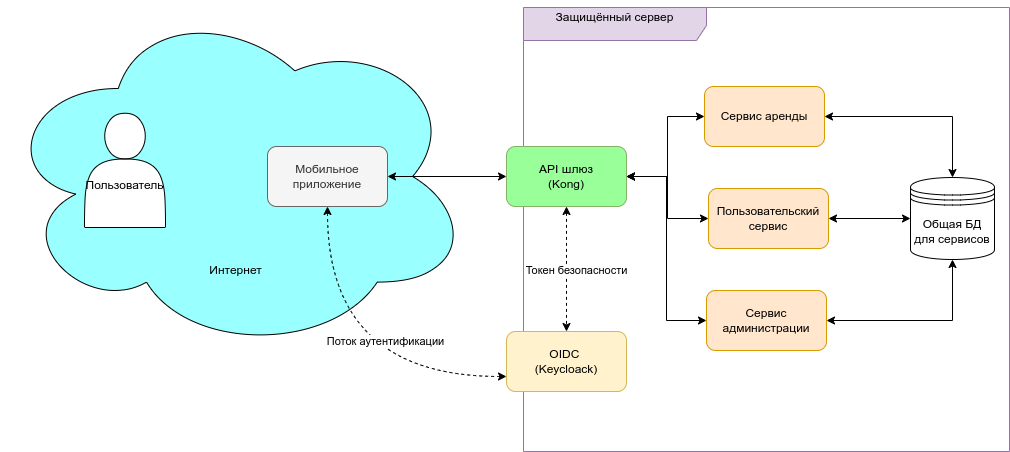
The draw.io diagram documentation/diagrams/general/Общая архитектура.drawio.png in BuchnevDmitry/tp-9.2, before a commit. Source tidied: cells renumbered, new cells last; positions are measured from the earlier drawing's top-left corner, leaving out a move shared by most shapes.
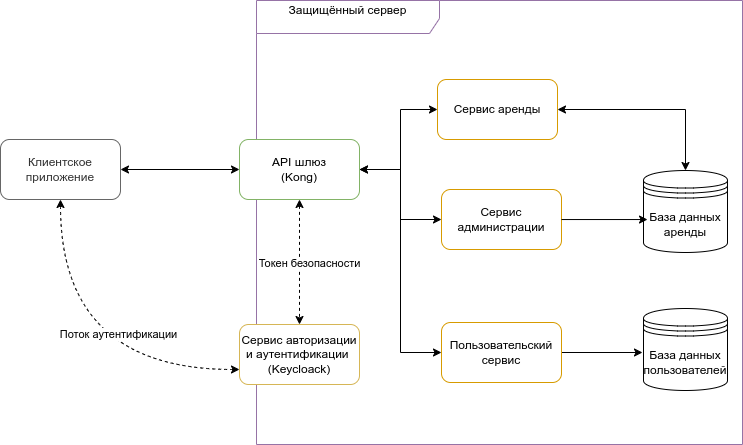
Later version of the same file.

The edit, as a diff of the source:
```diff
@@ -2,12 +2,6 @@
   <root>
     <mxCell id="0" />
     <mxCell id="1" parent="0" />
-    <mxCell id="2" value="&lt;div&gt;&lt;br&gt;&lt;/div&gt;&lt;div&gt;&lt;br&gt;&lt;/div&gt;&lt;div&gt;&lt;br&gt;&lt;/div&gt;&lt;div&gt;&lt;br&gt;&lt;/div&gt;&lt;div&gt;&lt;br&gt;&lt;/div&gt;&lt;div&gt;&lt;br&gt;&lt;/div&gt;&lt;div&gt;&lt;br&gt;&lt;/div&gt;&lt;div&gt;&lt;br&gt;&lt;/div&gt;&lt;div&gt;&lt;br&gt;&lt;/div&gt;&lt;div&gt;&lt;br&gt;&lt;/div&gt;&lt;div&gt;&lt;br&gt;&lt;/div&gt;&lt;div&gt;&lt;br&gt;&lt;/div&gt;&lt;div&gt;&lt;br&gt;&lt;/div&gt;&lt;div&gt;Интернет&lt;/div&gt;" style="ellipse;shape=cloud;whiteSpace=wrap;html=1;align=center;fillColor=#99FFFF;" parent="1" vertex="1">
-      <mxGeometry width="471" height="352" as="geometry" />
-    </mxCell>
-    <mxCell id="3" value="&lt;div&gt;&lt;br&gt;&lt;/div&gt;&lt;div&gt;&lt;br&gt;&lt;/div&gt;&lt;div&gt;&lt;br&gt;&lt;/div&gt;&lt;div&gt;Пользователь&lt;/div&gt;&lt;div&gt;&lt;br&gt;&lt;/div&gt;" style="shape=actor;whiteSpace=wrap;html=1;" parent="1" vertex="1">
-      <mxGeometry x="84" y="112.8" width="81" height="114.2" as="geometry" />
-    </mxCell>
     <mxCell id="4" style="rounded=0;jettySize=auto;html=1;startArrow=classic;startFill=1;strokeWidth=1;" parent="1" edge="1" source="7" target="14">
       <mxGeometry relative="1" as="geometry" />
     </mxCell>
@@ -19,10 +13,10 @@
         <mxPoint x="29" y="23" as="offset" />
       </mxGeometry>
     </mxCell>
-    <mxCell id="7" value="Мобильное приложение" style="rounded=1;whiteSpace=wrap;html=1;fillColor=#f5f5f5;strokeColor=#666666;fontColor=#333333;" parent="1" vertex="1">
+    <mxCell id="7" value="Клиентское приложение" style="rounded=1;whiteSpace=wrap;html=1;fillColor=#FFFFFF;strokeColor=#666666;fontColor=#333333;" parent="1" vertex="1">
       <mxGeometry x="267" y="146" width="120" height="60" as="geometry" />
     </mxCell>
-    <mxCell id="8" value="&lt;div&gt;Защищённый сервер&lt;/div&gt;&lt;div&gt;&lt;br&gt;&lt;/div&gt;" style="shape=umlFrame;whiteSpace=wrap;html=1;width=183;height=33;fillColor=#e1d5e7;strokeColor=#9673a6;" parent="1" vertex="1">
+    <mxCell id="8" value="&lt;div&gt;Защищённый сервер&lt;/div&gt;&lt;div&gt;&lt;br&gt;&lt;/div&gt;" style="shape=umlFrame;whiteSpace=wrap;html=1;width=183;height=33;fillColor=#FFFFFF;strokeColor=#9673a6;" parent="1" vertex="1">
       <mxGeometry x="523" y="7" width="486" height="444" as="geometry" />
     </mxCell>
     <mxCell id="9" style="rounded=0;jettySize=auto;html=1;dashed=1;startArrow=classic;startFill=1;strokeWidth=1;" parent="1" edge="1" source="14" target="15">
@@ -41,38 +35,43 @@
         </Array>
       </mxGeometry>
     </mxCell>
+    <mxCell id="13" style="edgeStyle=orthogonalEdgeStyle;rounded=0;jettySize=auto;html=1;entryX=0;entryY=0.5;entryDx=0;entryDy=0;startArrow=classic;startFill=1;strokeWidth=1;" parent="1" edge="1" source="14" target="20">
+      <mxGeometry relative="1" as="geometry" />
+    </mxCell>
-    <mxCell id="12" style="edgeStyle=orthogonalEdgeStyle;rounded=0;jettySize=auto;html=1;startArrow=classic;startFill=1;strokeWidth=1;" parent="1" edge="1" source="14" target="18">
+    <mxCell id="12" style="edgeStyle=orthogonalEdgeStyle;rounded=0;jettySize=auto;html=1;entryX=0;entryY=0.5;entryDx=0;entryDy=0;" parent="1" edge="1" source="14" target="18">
       <mxGeometry relative="1" as="geometry" />
     </mxCell>
-    <mxCell id="13" style="edgeStyle=orthogonalEdgeStyle;rounded=0;jettySize=auto;html=1;entryX=0;entryY=0.5;entryDx=0;entryDy=0;startArrow=classic;startFill=1;strokeWidth=1;" parent="1" edge="1" source="14" target="20">
-      <mxGeometry relative="1" as="geometry" />
-    </mxCell>
-    <mxCell id="14" value="&lt;div&gt;API шлюз&lt;/div&gt;&lt;div&gt;(Kong)&lt;br&gt;&lt;/div&gt;" style="rounded=1;whiteSpace=wrap;html=1;fillColor=#99FF99;strokeColor=#82b366;" parent="1" vertex="1">
+    <mxCell id="14" value="&lt;div&gt;API шлюз&lt;/div&gt;&lt;div&gt;(Kong)&lt;br&gt;&lt;/div&gt;" style="rounded=1;whiteSpace=wrap;html=1;fillColor=#FFFFFF;strokeColor=#82b366;" parent="1" vertex="1">
       <mxGeometry x="506" y="146" width="120" height="60" as="geometry" />
     </mxCell>
-    <mxCell id="15" value="&lt;div&gt;OIDC&amp;nbsp;&lt;/div&gt;&lt;div&gt;(Keycloack)&lt;/div&gt;" style="rounded=1;whiteSpace=wrap;html=1;fillColor=#fff2cc;strokeColor=#d6b656;" parent="1" vertex="1">
+    <mxCell id="15" value="&lt;div&gt;Сервис авторизации и аутентификации&amp;nbsp;&lt;/div&gt;&lt;div&gt;(Keycloack)&lt;/div&gt;" style="rounded=1;whiteSpace=wrap;html=1;fillColor=#FFFFFF;strokeColor=#d6b656;" parent="1" vertex="1">
       <mxGeometry x="506" y="331" width="120" height="60" as="geometry" />
     </mxCell>
-    <mxCell id="16" value="Сервис аренды" style="rounded=1;whiteSpace=wrap;html=1;fillColor=#ffe6cc;strokeColor=#d79b00;" parent="1" vertex="1">
+    <mxCell id="16" value="Сервис аренды" style="rounded=1;whiteSpace=wrap;html=1;fillColor=#FFFFFF;strokeColor=#d79b00;" parent="1" vertex="1">
       <mxGeometry x="704" y="86" width="120" height="60" as="geometry" />
     </mxCell>
-    <mxCell id="17" style="edgeStyle=orthogonalEdgeStyle;rounded=0;jettySize=auto;html=1;entryX=0;entryY=0.5;entryDx=0;entryDy=0;startArrow=classic;startFill=1;" parent="1" edge="1" source="18" target="21">
-      <mxGeometry relative="1" as="geometry" />
-    </mxCell>
+    <mxCell id="23" style="edgeStyle=orthogonalEdgeStyle;rounded=0;jettySize=auto;html=1;" parent="1" edge="1" source="18">
+      <mxGeometry relative="1" as="geometry">
+        <mxPoint x="909" y="359" as="targetPoint" />
+      </mxGeometry>
+    </mxCell>
-    <mxCell id="18" value="&lt;div&gt;Пользовательский&lt;/div&gt;&lt;div&gt;сервис&lt;br&gt;&lt;/div&gt;" style="rounded=1;whiteSpace=wrap;html=1;fillColor=#ffe6cc;strokeColor=#d79b00;" parent="1" vertex="1">
-      <mxGeometry x="708" y="188" width="120" height="60" as="geometry" />
+    <mxCell id="18" value="&lt;div&gt;Пользовательский&lt;/div&gt;&lt;div&gt;сервис&lt;br&gt;&lt;/div&gt;" style="rounded=1;whiteSpace=wrap;html=1;fillColor=#FFFFFF;strokeColor=#d79b00;" parent="1" vertex="1">
+      <mxGeometry x="708" y="329" width="120" height="60" as="geometry" />
     </mxCell>
-    <mxCell id="19" style="edgeStyle=orthogonalEdgeStyle;rounded=0;jettySize=auto;html=1;entryX=0.5;entryY=1;entryDx=0;entryDy=0;startArrow=classic;startFill=1;" parent="1" edge="1" source="20" target="21">
-      <mxGeometry relative="1" as="geometry" />
-    </mxCell>
-    <mxCell id="20" value="Сервис администрации" style="rounded=1;whiteSpace=wrap;html=1;fillColor=#ffe6cc;strokeColor=#d79b00;" parent="1" vertex="1">
-      <mxGeometry x="706" y="290" width="120" height="60" as="geometry" />
+    <mxCell id="20" value="Сервис администрации" style="rounded=1;whiteSpace=wrap;html=1;fillColor=#FFFFFF;strokeColor=#d79b00;" parent="1" vertex="1">
+      <mxGeometry x="708" y="196" width="120" height="60" as="geometry" />
     </mxCell>
-    <mxCell id="21" value="&lt;div&gt;Общая БД&lt;/div&gt;&lt;div&gt;для сервисов&lt;/div&gt;" style="shape=datastore;whiteSpace=wrap;html=1;" parent="1" vertex="1">
+    <mxCell id="21" value="&lt;div&gt;База данных аренды&lt;/div&gt;" style="shape=datastore;whiteSpace=wrap;html=1;" parent="1" vertex="1">
       <mxGeometry x="910" y="177" width="84" height="82" as="geometry" />
     </mxCell>
     <mxCell id="22" style="edgeStyle=orthogonalEdgeStyle;rounded=0;jettySize=auto;html=1;entryX=0.5;entryY=0;entryDx=0;entryDy=0;startArrow=classic;startFill=1;" parent="1" edge="1" source="16" target="21">
       <mxGeometry relative="1" as="geometry" />
     </mxCell>
+    <mxCell id="19" style="edgeStyle=orthogonalEdgeStyle;rounded=0;jettySize=auto;html=1;entryX=0.048;entryY=0.598;entryDx=0;entryDy=0;entryPerimeter=0;" parent="1" edge="1" source="20" target="21">
+      <mxGeometry relative="1" as="geometry" />
+    </mxCell>
+    <mxCell id="24" value="&lt;div&gt;База данных пользователей&lt;/div&gt;" style="shape=datastore;whiteSpace=wrap;html=1;" parent="1" vertex="1">
+      <mxGeometry x="910" y="315" width="84" height="82" as="geometry" />
+    </mxCell>
   </root>
 </mxGraphModel>
```
